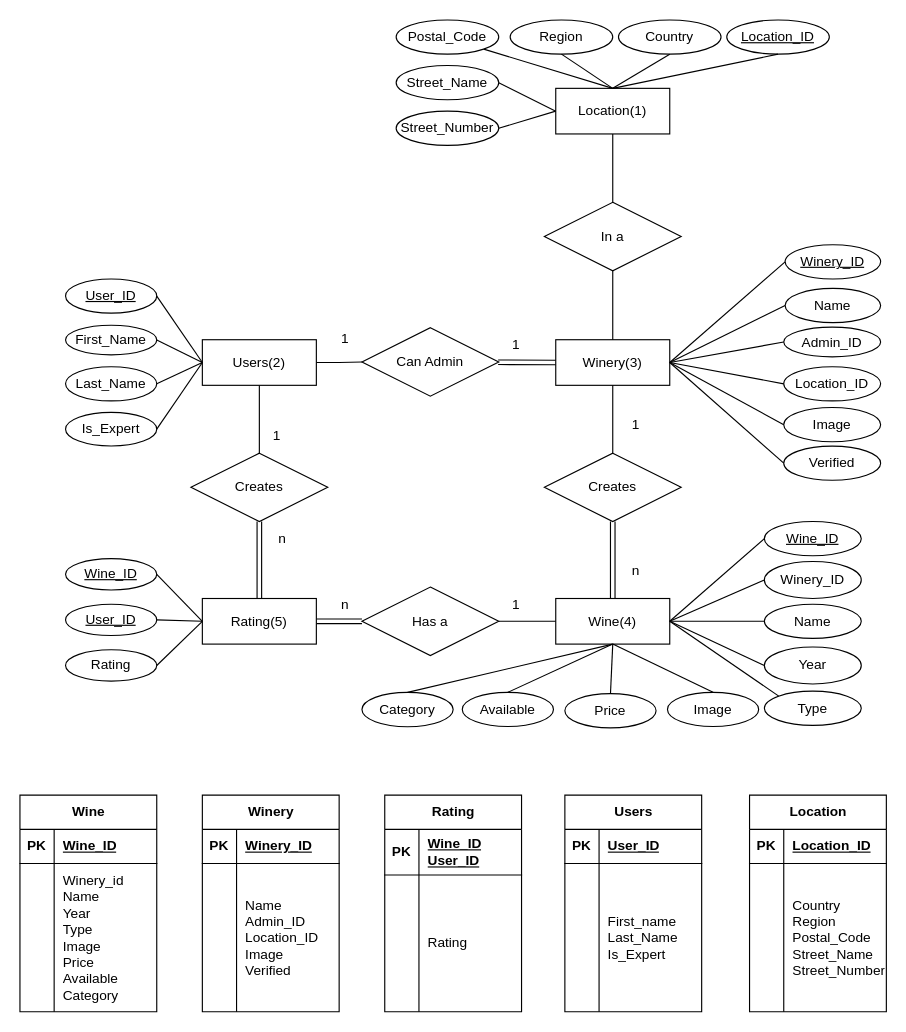
Earlier version of the draw.io diagram EER diagram/BigBoobDiagram.drawio (AlcodeholicsAnonymous/COS221_Prac5). Source tidied: cells renumbered, new cells numbered last; positions are measured from the earlier drawing's top-left corner, leaving out a move shared by most shapes. Both pictures are drawn from the tidied source at 114%, with x=0, y=0 at pixel (19, 19).
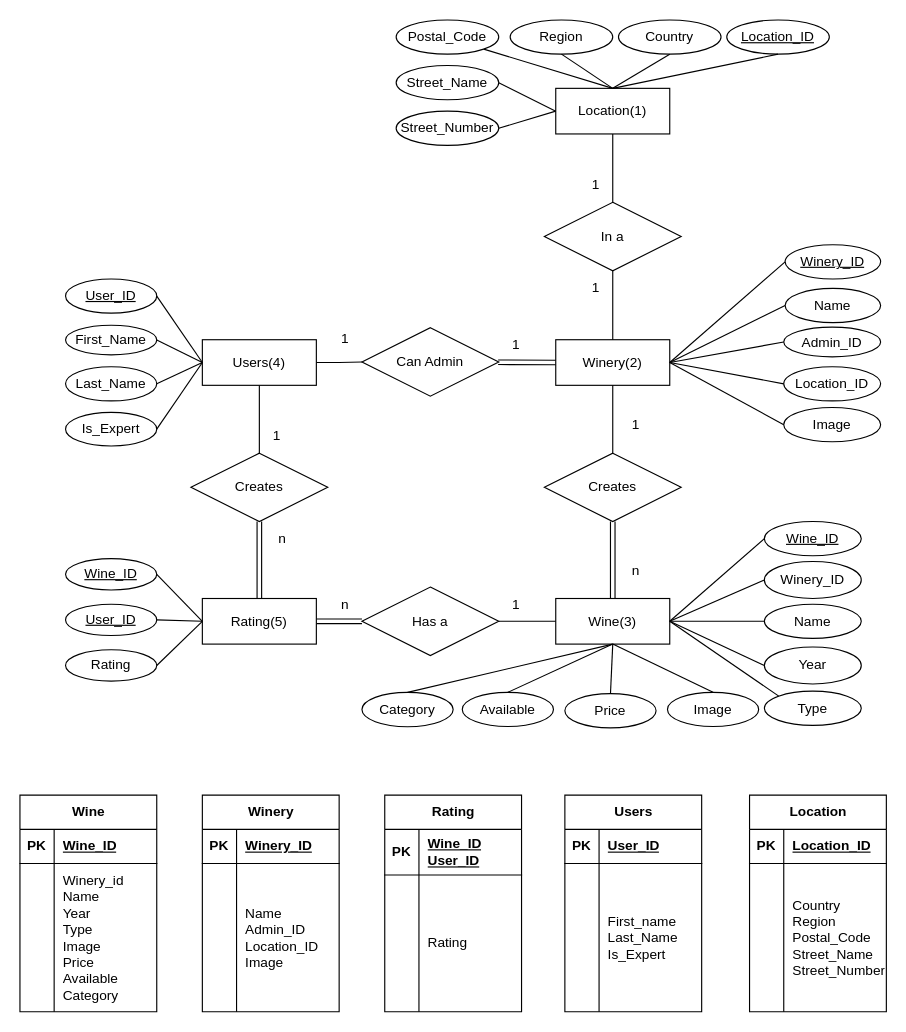
After the change.

Commit message (it also covers changes not shown here):
Created EER to Relational Mapping

Created the EER diagram to relational mapping

The change refers to these unchanged cells:
```xml
<mxCell id="85" style="shape=tableRow;horizontal=0;startSize=0;swimlaneHead=0;swimlaneBody=0;fillColor=none;top=0;left=0;right=0;bottom=0;" parent="81" vertex="1">
  <mxGeometry y="60" width="120" height="130" as="geometry" />
</mxCell>
```

Diff of the diagram source:
```diff
@@
-    <mxCell id="3" value="Wine(4)" style="whiteSpace=wrap;html=1;align=center;" parent="1" vertex="1">
+    <mxCell id="3" value="Wine(3)" style="whiteSpace=wrap;html=1;align=center;" parent="1" vertex="1">
       <mxGeometry x="470" y="507.5" width="100" height="40" as="geometry" />
     </mxCell>
-    <mxCell id="4" value="Winery(3)" style="whiteSpace=wrap;html=1;align=center;" parent="1" vertex="1">
+    <mxCell id="4" value="Winery(2)" style="whiteSpace=wrap;html=1;align=center;" parent="1" vertex="1">
       <mxGeometry x="470" y="280.5" width="100" height="40" as="geometry" />
     </mxCell>
@@
-    <mxCell id="8" value="Users(2)" style="whiteSpace=wrap;html=1;align=center;" parent="1" vertex="1">
+    <mxCell id="8" value="Users(4)" style="whiteSpace=wrap;html=1;align=center;" parent="1" vertex="1">
       <mxGeometry x="160" y="280.5" width="100" height="40" as="geometry" />
     </mxCell>
@@
-    <mxCell id="48" value="Verified" style="ellipse;whiteSpace=wrap;html=1;align=center;" parent="1" vertex="1">
-      <mxGeometry x="670" y="373.8" width="85" height="30" as="geometry" />
-    </mxCell>
-    <mxCell id="49" style="endArrow=none;html=1;rounded=0;entryX=0;entryY=0.5;entryDx=0;entryDy=0;exitX=1;exitY=0.5;exitDx=0;exitDy=0;" parent="1" edge="1" source="4" target="48">
-      <mxGeometry relative="1" as="geometry" />
-    </mxCell>
@@
-    <mxCell id="87" value="Name&lt;br&gt;Admin_ID&lt;br&gt;Location_ID&lt;br&gt;Image&lt;br&gt;Verified" style="shape=partialRectangle;fillColor=none;top=0;left=0;bottom=0;right=0;align=left;spacingLeft=6;overflow=hidden;whiteSpace=wrap;html=1;" parent="85" vertex="1">
+    <mxCell id="87" value="Name&lt;br&gt;Admin_ID&lt;br&gt;Location_ID&lt;br&gt;Image" style="shape=partialRectangle;fillColor=none;top=0;left=0;bottom=0;right=0;align=left;spacingLeft=6;overflow=hidden;whiteSpace=wrap;html=1;" parent="85" vertex="1">
       <mxGeometry x="30" width="90" height="130" as="geometry" />
     </mxCell>
@@
+    <mxCell id="121" value="1" style="text;html=1;align=center;verticalAlign=middle;strokeColor=none;fillColor=none;" parent="1" vertex="1">
+      <mxGeometry x="490" y="130" width="30" height="30" as="geometry" />
+    </mxCell>
+    <mxCell id="122" value="1" style="text;html=1;align=center;verticalAlign=middle;strokeColor=none;fillColor=none;" parent="1" vertex="1">
+      <mxGeometry x="490" y="220" width="30" height="30" as="geometry" />
+    </mxCell>
```
